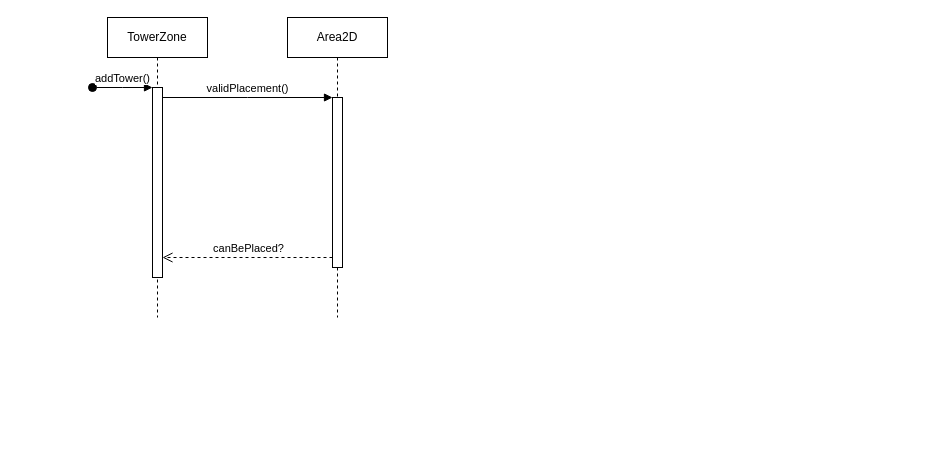
Before: Docs/Austin/SequenceDiagram.drawio in flightcontrol40/CS-383-Project, a draw.io diagram. Source tidied: cells renumbered, new cells numbered last; positions are measured from the earlier drawing's top-left corner, leaving out a move shared by most shapes. Both pictures are drawn from the tidied source at 100%, with x=0, y=0 at pixel (92, 17).
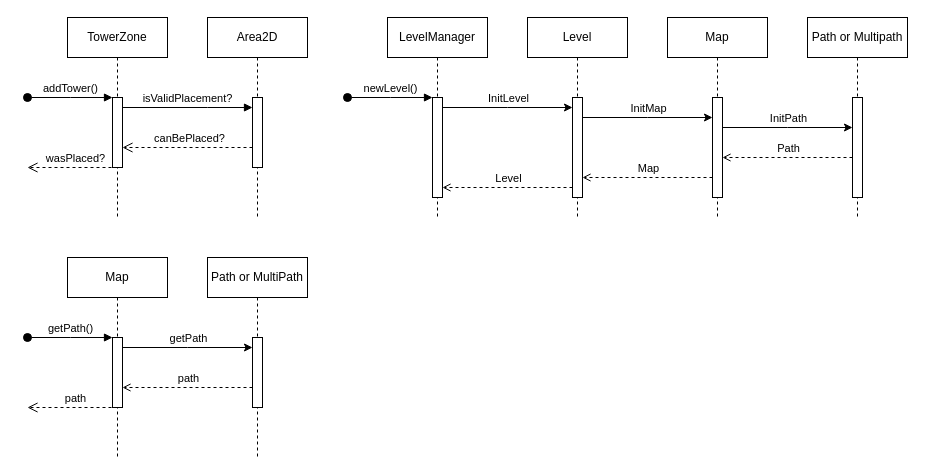
After the change.

Commit message (it also covers changes not shown here):
Maybe "finished" my sequence diagram

What changed in the source:
```diff
@@
     <mxCell id="2" value="TowerZone" style="shape=umlLifeline;perimeter=lifelinePerimeter;whiteSpace=wrap;html=1;newEdgeStyle={&quot;edgeStyle&quot;:&quot;elbowEdgeStyle&quot;,&quot;elbow&quot;:&quot;vertical&quot;,&quot;curved&quot;:0,&quot;rounded&quot;:0};" parent="1" vertex="1">
-      <mxGeometry x="15" width="100" height="300" as="geometry" />
+      <mxGeometry x="-25" width="100" height="200" as="geometry" />
     </mxCell>
     <mxCell id="3" style="html=1;points=[];perimeter=orthogonalPerimeter;outlineConnect=0;targetShapes=umlLifeline;portConstraint=eastwest;newEdgeStyle={&quot;edgeStyle&quot;:&quot;elbowEdgeStyle&quot;,&quot;elbow&quot;:&quot;vertical&quot;,&quot;curved&quot;:0,&quot;rounded&quot;:0};" parent="2" vertex="1">
-      <mxGeometry x="45" y="70" width="10" height="190" as="geometry" />
+      <mxGeometry x="45" y="80" width="10" height="70" as="geometry" />
     </mxCell>
-    <mxCell id="4" value="addTower()" style="html=1;verticalAlign=bottom;startArrow=oval;endArrow=block;startSize=8;edgeStyle=elbowEdgeStyle;elbow=vertical;curved=0;rounded=0;" parent="2" edge="1" target="3">
-      <mxGeometry relative="1" as="geometry">
-        <mxPoint x="-15" y="70" as="sourcePoint" />
-      </mxGeometry>
-    </mxCell>
     <mxCell id="5" value="Area2D" style="shape=umlLifeline;perimeter=lifelinePerimeter;whiteSpace=wrap;html=1;newEdgeStyle={&quot;edgeStyle&quot;:&quot;elbowEdgeStyle&quot;,&quot;elbow&quot;:&quot;vertical&quot;,&quot;curved&quot;:0,&quot;rounded&quot;:0};" parent="1" vertex="1">
-      <mxGeometry x="195" width="100" height="300" as="geometry" />
+      <mxGeometry x="115" width="100" height="200" as="geometry" />
     </mxCell>
     <mxCell id="6" style="html=1;points=[];perimeter=orthogonalPerimeter;outlineConnect=0;targetShapes=umlLifeline;portConstraint=eastwest;newEdgeStyle={&quot;edgeStyle&quot;:&quot;elbowEdgeStyle&quot;,&quot;elbow&quot;:&quot;vertical&quot;,&quot;curved&quot;:0,&quot;rounded&quot;:0};" parent="5" vertex="1">
-      <mxGeometry x="45" y="80" width="10" height="170" as="geometry" />
+      <mxGeometry x="45" y="80" width="10" height="70" as="geometry" />
     </mxCell>
-    <mxCell id="7" value="validPlacement()" style="html=1;verticalAlign=bottom;endArrow=block;edgeStyle=elbowEdgeStyle;elbow=vertical;curved=0;rounded=0;" parent="1" edge="1" source="3" target="6">
+    <mxCell id="7" value="isValidPlacement?" style="html=1;verticalAlign=bottom;endArrow=block;edgeStyle=elbowEdgeStyle;elbow=vertical;curved=0;rounded=0;" parent="1" edge="1" source="3" target="6">
       <mxGeometry relative="1" as="geometry">
         <Array as="points">
-          <mxPoint x="155" y="80" />
+          <mxPoint x="115" y="90" />
         </Array>
       </mxGeometry>
     </mxCell>
     <mxCell id="8" style="html=1;verticalAlign=bottom;endArrow=open;dashed=1;endSize=8;edgeStyle=elbowEdgeStyle;elbow=vertical;curved=0;rounded=0;" parent="1" edge="1" source="6" target="3">
       <mxGeometry relative="1" as="geometry">
         <Array as="points">
-          <mxPoint x="165" y="240" />
+          <mxPoint x="125" y="130" />
         </Array>
       </mxGeometry>
     </mxCell>
@@
+    <mxCell id="4" value="addTower()" style="html=1;verticalAlign=bottom;startArrow=oval;endArrow=block;startSize=8;edgeStyle=elbowEdgeStyle;elbow=horizontal;curved=0;rounded=0;" parent="1" edge="1">
+      <mxGeometry relative="1" as="geometry">
+        <mxPoint x="-65" y="80" as="sourcePoint" />
+        <mxPoint x="20" y="80" as="targetPoint" />
+      </mxGeometry>
+    </mxCell>
+    <mxCell id="10" style="html=1;verticalAlign=bottom;endArrow=open;dashed=1;endSize=8;edgeStyle=elbowEdgeStyle;elbow=vertical;curved=0;rounded=0;" parent="1" edge="1">
+      <mxGeometry relative="1" as="geometry">
+        <mxPoint x="25" y="150" as="sourcePoint" />
+        <mxPoint x="-65" y="150" as="targetPoint" />
+        <Array as="points">
+          <mxPoint x="-10" y="150" />
+        </Array>
+      </mxGeometry>
+    </mxCell>
+    <mxCell id="11" value="wasPlaced?" style="edgeLabel;html=1;align=center;verticalAlign=middle;" parent="10" vertex="1">
+      <mxGeometry x="0.05" relative="1" as="geometry">
+        <mxPoint x="4" y="-10" as="offset" />
+      </mxGeometry>
+    </mxCell>
+    <mxCell id="12" value="Map" style="shape=umlLifeline;perimeter=lifelinePerimeter;whiteSpace=wrap;html=1;newEdgeStyle={&quot;edgeStyle&quot;:&quot;elbowEdgeStyle&quot;,&quot;elbow&quot;:&quot;vertical&quot;,&quot;curved&quot;:0,&quot;rounded&quot;:0};" parent="1" vertex="1">
+      <mxGeometry x="-25" y="240" width="100" height="200" as="geometry" />
+    </mxCell>
+    <mxCell id="13" style="html=1;points=[];perimeter=orthogonalPerimeter;outlineConnect=0;targetShapes=umlLifeline;portConstraint=eastwest;newEdgeStyle={&quot;edgeStyle&quot;:&quot;elbowEdgeStyle&quot;,&quot;elbow&quot;:&quot;vertical&quot;,&quot;curved&quot;:0,&quot;rounded&quot;:0};" parent="12" vertex="1">
+      <mxGeometry x="45" y="80" width="10" height="70" as="geometry" />
+    </mxCell>
+    <mxCell id="14" value="getPath()" style="html=1;verticalAlign=bottom;startArrow=oval;endArrow=block;startSize=8;edgeStyle=elbowEdgeStyle;elbow=horizontal;curved=0;rounded=0;" parent="1" edge="1">
+      <mxGeometry relative="1" as="geometry">
+        <mxPoint x="-65" y="320" as="sourcePoint" />
+        <mxPoint x="20" y="320" as="targetPoint" />
+      </mxGeometry>
+    </mxCell>
+    <mxCell id="15" value="Path or MultiPath" style="shape=umlLifeline;perimeter=lifelinePerimeter;whiteSpace=wrap;html=1;newEdgeStyle={&quot;edgeStyle&quot;:&quot;elbowEdgeStyle&quot;,&quot;elbow&quot;:&quot;vertical&quot;,&quot;curved&quot;:0,&quot;rounded&quot;:0};" parent="1" vertex="1">
+      <mxGeometry x="115" y="240" width="100" height="200" as="geometry" />
+    </mxCell>
+    <mxCell id="16" style="html=1;points=[];perimeter=orthogonalPerimeter;outlineConnect=0;targetShapes=umlLifeline;portConstraint=eastwest;newEdgeStyle={&quot;edgeStyle&quot;:&quot;elbowEdgeStyle&quot;,&quot;elbow&quot;:&quot;vertical&quot;,&quot;curved&quot;:0,&quot;rounded&quot;:0};" parent="15" vertex="1">
+      <mxGeometry x="45" y="80" width="10" height="70" as="geometry" />
+    </mxCell>
+    <mxCell id="17" style="edgeStyle=elbowEdgeStyle;rounded=0;jettySize=auto;html=1;elbow=horizontal;curved=0;" parent="1" edge="1" source="13" target="16">
+      <mxGeometry relative="1" as="geometry">
+        <Array as="points">
+          <mxPoint x="95" y="330" />
+        </Array>
+      </mxGeometry>
+    </mxCell>
+    <mxCell id="18" value="getPath" style="edgeLabel;html=1;align=center;verticalAlign=middle;" parent="17" vertex="1">
+      <mxGeometry x="-0.41" y="-2" relative="1" as="geometry">
+        <mxPoint x="27" y="-12" as="offset" />
+      </mxGeometry>
+    </mxCell>
+    <mxCell id="19" style="edgeStyle=elbowEdgeStyle;rounded=0;jettySize=auto;html=1;elbow=vertical;curved=0;endArrow=open;endFill=0;dashed=1;" parent="1" edge="1" source="16" target="13">
+      <mxGeometry relative="1" as="geometry">
+        <Array as="points">
+          <mxPoint x="95" y="370" />
+        </Array>
+      </mxGeometry>
+    </mxCell>
+    <mxCell id="20" value="path" style="edgeLabel;html=1;align=center;verticalAlign=middle;" parent="19" vertex="1">
+      <mxGeometry x="0.54" y="1" relative="1" as="geometry">
+        <mxPoint x="35" y="-11" as="offset" />
+      </mxGeometry>
+    </mxCell>
+    <mxCell id="21" style="html=1;verticalAlign=bottom;endArrow=open;dashed=1;endSize=8;edgeStyle=elbowEdgeStyle;elbow=vertical;curved=0;rounded=0;" parent="1" edge="1">
+      <mxGeometry relative="1" as="geometry">
+        <mxPoint x="25" y="390" as="sourcePoint" />
+        <mxPoint x="-65" y="390" as="targetPoint" />
+        <Array as="points">
+          <mxPoint x="-10" y="390" />
+        </Array>
+      </mxGeometry>
+    </mxCell>
+    <mxCell id="22" value="path" style="edgeLabel;html=1;align=center;verticalAlign=middle;" parent="21" vertex="1">
+      <mxGeometry x="0.05" relative="1" as="geometry">
+        <mxPoint x="4" y="-10" as="offset" />
+      </mxGeometry>
+    </mxCell>
+    <mxCell id="23" value="LevelManager" style="shape=umlLifeline;perimeter=lifelinePerimeter;whiteSpace=wrap;html=1;newEdgeStyle={&quot;edgeStyle&quot;:&quot;elbowEdgeStyle&quot;,&quot;elbow&quot;:&quot;vertical&quot;,&quot;curved&quot;:0,&quot;rounded&quot;:0};" parent="1" vertex="1">
+      <mxGeometry x="295" width="100" height="200" as="geometry" />
+    </mxCell>
+    <mxCell id="24" style="html=1;points=[];perimeter=orthogonalPerimeter;outlineConnect=0;targetShapes=umlLifeline;portConstraint=eastwest;newEdgeStyle={&quot;edgeStyle&quot;:&quot;elbowEdgeStyle&quot;,&quot;elbow&quot;:&quot;vertical&quot;,&quot;curved&quot;:0,&quot;rounded&quot;:0};" parent="23" vertex="1">
+      <mxGeometry x="45" y="80" width="10" height="100" as="geometry" />
+    </mxCell>
+    <mxCell id="25" value="newLevel()" style="html=1;verticalAlign=bottom;startArrow=oval;endArrow=block;startSize=8;edgeStyle=elbowEdgeStyle;elbow=horizontal;curved=0;rounded=0;" parent="1" edge="1">
+      <mxGeometry relative="1" as="geometry">
+        <mxPoint x="255" y="80" as="sourcePoint" />
+        <mxPoint x="340" y="80" as="targetPoint" />
+      </mxGeometry>
+    </mxCell>
+    <mxCell id="26" value="Level" style="shape=umlLifeline;perimeter=lifelinePerimeter;whiteSpace=wrap;html=1;newEdgeStyle={&quot;edgeStyle&quot;:&quot;elbowEdgeStyle&quot;,&quot;elbow&quot;:&quot;vertical&quot;,&quot;curved&quot;:0,&quot;rounded&quot;:0};" parent="1" vertex="1">
+      <mxGeometry x="435" width="100" height="200" as="geometry" />
+    </mxCell>
+    <mxCell id="27" style="html=1;points=[];perimeter=orthogonalPerimeter;outlineConnect=0;targetShapes=umlLifeline;portConstraint=eastwest;newEdgeStyle={&quot;edgeStyle&quot;:&quot;elbowEdgeStyle&quot;,&quot;elbow&quot;:&quot;vertical&quot;,&quot;curved&quot;:0,&quot;rounded&quot;:0};" parent="26" vertex="1">
+      <mxGeometry x="45" y="80" width="10" height="100" as="geometry" />
+    </mxCell>
+    <mxCell id="28" style="edgeStyle=elbowEdgeStyle;rounded=0;jettySize=auto;html=1;elbow=horizontal;curved=0;" parent="1" edge="1" source="24" target="27">
+      <mxGeometry relative="1" as="geometry">
+        <Array as="points">
+          <mxPoint x="415" y="90" />
+        </Array>
+      </mxGeometry>
+    </mxCell>
+    <mxCell id="29" value="InitLevel" style="edgeLabel;html=1;align=center;verticalAlign=middle;" parent="28" vertex="1">
+      <mxGeometry x="-0.51" y="1" relative="1" as="geometry">
+        <mxPoint x="33" y="-9" as="offset" />
+      </mxGeometry>
+    </mxCell>
+    <mxCell id="30" value="Map" style="shape=umlLifeline;perimeter=lifelinePerimeter;whiteSpace=wrap;html=1;newEdgeStyle={&quot;edgeStyle&quot;:&quot;elbowEdgeStyle&quot;,&quot;elbow&quot;:&quot;vertical&quot;,&quot;curved&quot;:0,&quot;rounded&quot;:0};" parent="1" vertex="1">
+      <mxGeometry x="575" width="100" height="200" as="geometry" />
+    </mxCell>
+    <mxCell id="31" style="html=1;points=[];perimeter=orthogonalPerimeter;outlineConnect=0;targetShapes=umlLifeline;portConstraint=eastwest;newEdgeStyle={&quot;edgeStyle&quot;:&quot;elbowEdgeStyle&quot;,&quot;elbow&quot;:&quot;vertical&quot;,&quot;curved&quot;:0,&quot;rounded&quot;:0};" parent="30" vertex="1">
+      <mxGeometry x="45" y="80" width="10" height="100" as="geometry" />
+    </mxCell>
+    <mxCell id="32" style="edgeStyle=elbowEdgeStyle;rounded=0;jettySize=auto;html=1;elbow=vertical;curved=0;endArrow=open;endFill=0;dashed=1;" parent="1" edge="1" source="27" target="24">
+      <mxGeometry relative="1" as="geometry">
+        <Array as="points">
+          <mxPoint x="405" y="170" />
+        </Array>
+      </mxGeometry>
+    </mxCell>
+    <mxCell id="33" value="Level" style="edgeLabel;html=1;align=center;verticalAlign=middle;" parent="32" vertex="1">
+      <mxGeometry x="0.6" y="3" relative="1" as="geometry">
+        <mxPoint x="39" y="-13" as="offset" />
+      </mxGeometry>
+    </mxCell>
+    <mxCell id="34" value="Path or Multipath" style="shape=umlLifeline;perimeter=lifelinePerimeter;whiteSpace=wrap;html=1;newEdgeStyle={&quot;edgeStyle&quot;:&quot;elbowEdgeStyle&quot;,&quot;elbow&quot;:&quot;vertical&quot;,&quot;curved&quot;:0,&quot;rounded&quot;:0};" parent="1" vertex="1">
+      <mxGeometry x="715" width="100" height="200" as="geometry" />
+    </mxCell>
+    <mxCell id="35" style="html=1;points=[];perimeter=orthogonalPerimeter;outlineConnect=0;targetShapes=umlLifeline;portConstraint=eastwest;newEdgeStyle={&quot;edgeStyle&quot;:&quot;elbowEdgeStyle&quot;,&quot;elbow&quot;:&quot;vertical&quot;,&quot;curved&quot;:0,&quot;rounded&quot;:0};" parent="34" vertex="1">
+      <mxGeometry x="45" y="80" width="10" height="100" as="geometry" />
+    </mxCell>
+    <mxCell id="36" style="edgeStyle=elbowEdgeStyle;rounded=0;jettySize=auto;html=1;elbow=vertical;curved=0;" parent="1" edge="1" source="27" target="31">
+      <mxGeometry relative="1" as="geometry">
+        <Array as="points">
+          <mxPoint x="555" y="100" />
+        </Array>
+      </mxGeometry>
+    </mxCell>
+    <mxCell id="37" value="InitMap" style="edgeLabel;html=1;align=center;verticalAlign=middle;" parent="36" vertex="1">
+      <mxGeometry x="0.19" y="-2" relative="1" as="geometry">
+        <mxPoint x="-12" y="-12" as="offset" />
+      </mxGeometry>
+    </mxCell>
+    <mxCell id="38" style="edgeStyle=elbowEdgeStyle;rounded=0;jettySize=auto;html=1;elbow=vertical;curved=0;" parent="1" edge="1" source="31" target="35">
+      <mxGeometry relative="1" as="geometry">
+        <Array as="points">
+          <mxPoint x="695" y="110" />
+        </Array>
+      </mxGeometry>
+    </mxCell>
+    <mxCell id="39" value="InitPath" style="edgeLabel;html=1;align=center;verticalAlign=middle;" parent="38" vertex="1">
+      <mxGeometry x="0.48" y="-1" relative="1" as="geometry">
+        <mxPoint x="-31" y="-11" as="offset" />
+      </mxGeometry>
+    </mxCell>
+    <mxCell id="40" style="edgeStyle=elbowEdgeStyle;rounded=0;orthogonalLoop=1;jettySize=auto;html=1;elbow=vertical;curved=0;endArrow=open;endFill=0;dashed=1;" parent="1" edge="1">
+      <mxGeometry relative="1" as="geometry">
+        <mxPoint x="760" y="140" as="sourcePoint" />
+        <mxPoint x="630" y="140" as="targetPoint" />
+      </mxGeometry>
+    </mxCell>
+    <mxCell id="41" value="Path" style="edgeLabel;html=1;align=center;verticalAlign=middle;" parent="40" vertex="1">
+      <mxGeometry x="0.14" y="1" relative="1" as="geometry">
+        <mxPoint x="9" y="-11" as="offset" />
+      </mxGeometry>
+    </mxCell>
+    <mxCell id="42" style="edgeStyle=elbowEdgeStyle;rounded=0;jettySize=auto;html=1;elbow=vertical;curved=0;endArrow=open;endFill=0;dashed=1;" parent="1" edge="1" source="31" target="27">
+      <mxGeometry relative="1" as="geometry">
+        <Array as="points">
+          <mxPoint x="545" y="160" />
+        </Array>
+      </mxGeometry>
+    </mxCell>
+    <mxCell id="43" value="Map" style="edgeLabel;html=1;align=center;verticalAlign=middle;" parent="42" vertex="1">
+      <mxGeometry x="-0.21" relative="1" as="geometry">
+        <mxPoint x="-14" y="-10" as="offset" />
+      </mxGeometry>
+    </mxCell>
```
